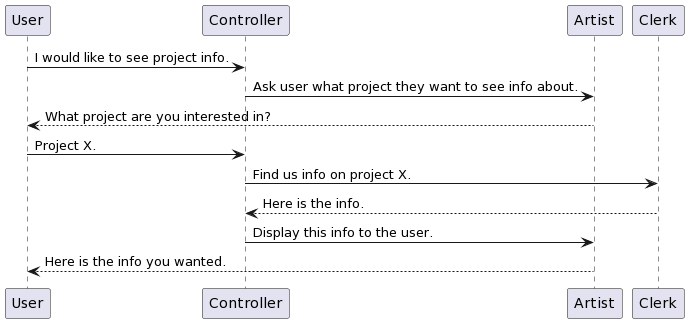
The PlantUML diagram 03_Elaboration/images/user_story_see_project_info.png in garthmortensen/BetterCryptoBureau, before a commit. The source it was exported from:
```plantuml
@startuml
User -> Controller: I would like to see project info.
Controller -> Artist: Ask user what project they want to see info about.
Artist --> User: What project are you interested in?
User -> Controller: Project X.
Controller -> Clerk: Find us info on project X.
Clerk --> Controller: Here is the info.
Controller -> Artist: Display this info to the user.
Artist --> User: Here is the info you wanted.
@enduml
```
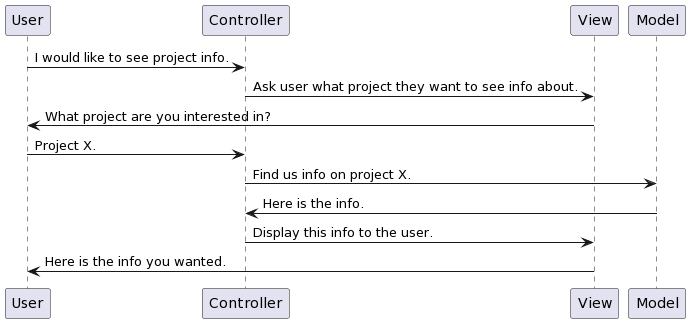
After the commit.

Change to the diagram source:
```diff
@@ -1,10 +1,10 @@
 @startuml
 User -> Controller: I would like to see project info.
-Controller -> Artist: Ask user what project they want to see info about.
-Artist --> User: What project are you interested in?
+Controller -> View: Ask user what project they want to see info about.
+View -> User: What project are you interested in?
 User -> Controller: Project X.
-Controller -> Clerk: Find us info on project X.
-Clerk --> Controller: Here is the info.
-Controller -> Artist: Display this info to the user.
-Artist --> User: Here is the info you wanted.
+Controller -> Model: Find us info on project X.
+Model -> Controller: Here is the info.
+Controller -> View: Display this info to the user.
+View -> User: Here is the info you wanted.
 @enduml
```
